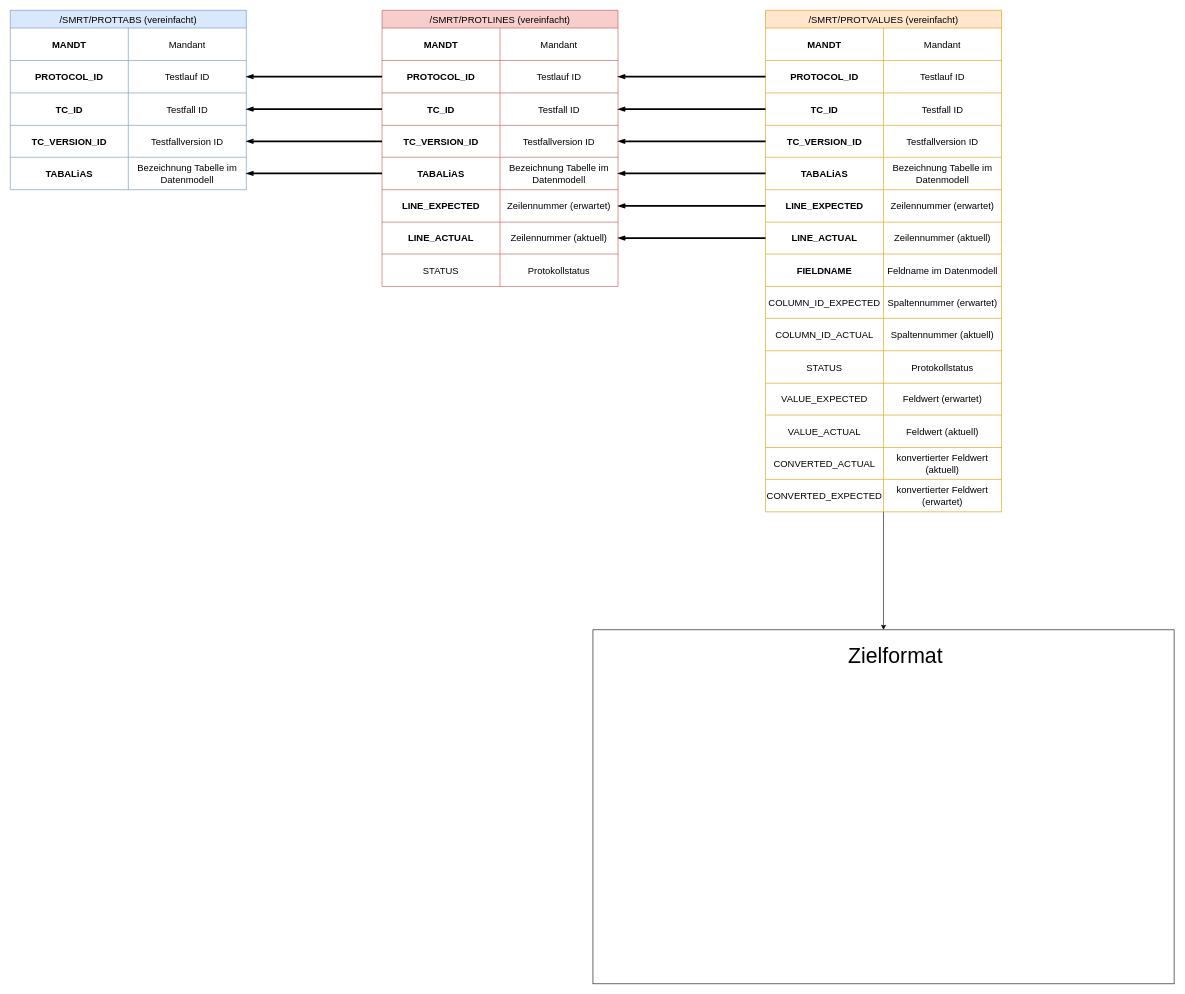
This is Strukturierte Ansicht DatenModell.drawio from Raaphaaa/UI5-Playground, a draw.io file, before an edit. Source tidied: cells renumbered, new cells numbered last; positions are measured from the earlier drawing's top-left corner, leaving out a move shared by most shapes. Both pictures are drawn from the tidied source at 59%, with x=0, y=0 at pixel (10, 10).
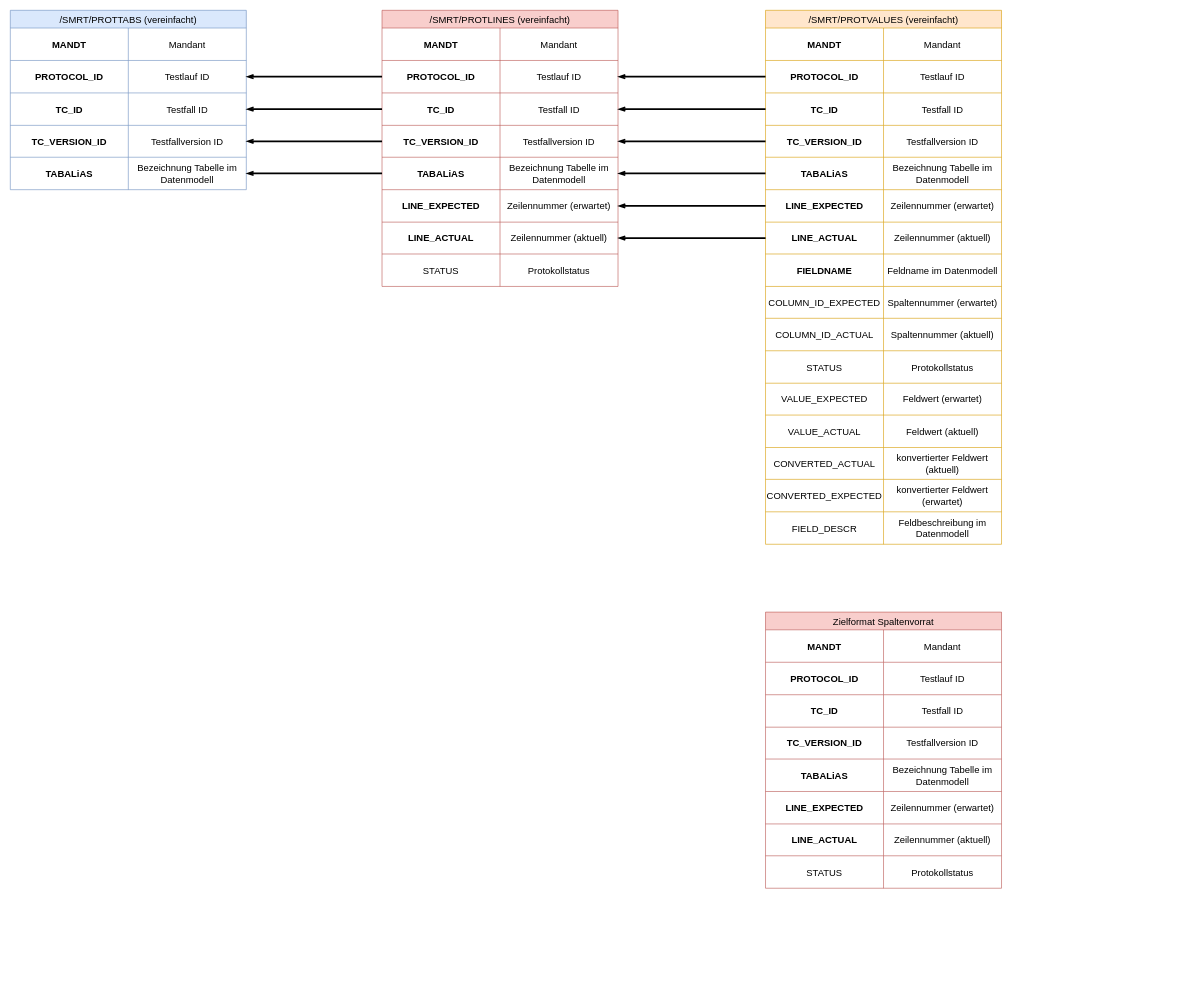
The same page after the edit.

What changed in the source:
```diff
@@
-    <mxCell id="2" style="edgeStyle=orthogonalEdgeStyle;rounded=0;jettySize=auto;html=1;" parent="1" edge="1" source="3" target="101">
-      <mxGeometry relative="1" as="geometry" />
-    </mxCell>
     <mxCell id="3" value="/SMRT/PROTVALUES (vereinfacht)" style="shape=table;startSize=30;childLayout=tableLayout;strokeColor=#d79b00;fontSize=16;fillColor=#ffe6cc;" parent="1" vertex="1">
-      <mxGeometry x="1280" width="400" height="850" as="geometry" />
+      <mxGeometry x="1280" width="400" height="905" as="geometry" />
     </mxCell>
@@
+    <mxCell id="103" style="shape=tableRow;horizontal=0;startSize=0;swimlaneHead=0;swimlaneBody=0;strokeColor=inherit;top=0;left=0;bottom=0;right=0;fillColor=none;fontSize=16;" parent="3" vertex="1">
+      <mxGeometry y="850" width="400" height="55" as="geometry" />
+    </mxCell>
+    <mxCell id="104" value="FIELD_DESCR" style="shape=partialRectangle;html=1;whiteSpace=wrap;strokeColor=inherit;overflow=hidden;fillColor=none;top=0;left=0;bottom=0;right=0;fontSize=16;" parent="103" vertex="1">
+      <mxGeometry width="200" height="55" as="geometry" />
+    </mxCell>
+    <mxCell id="105" value="Feldbeschreibung im Datenmodell" style="shape=partialRectangle;html=1;whiteSpace=wrap;strokeColor=inherit;overflow=hidden;fillColor=none;top=0;left=0;bottom=0;right=0;fontSize=16;" parent="103" vertex="1">
+      <mxGeometry x="200" width="200" height="55" as="geometry" />
+    </mxCell>
@@
-    <mxCell id="100" style="group;" parent="1" vertex="1">
-      <mxGeometry x="987.5" y="1050" width="985" height="600" as="geometry" />
-    </mxCell>
-    <mxCell id="101" style="rounded=0;whiteSpace=wrap;html=1;" parent="100" vertex="1">
-      <mxGeometry width="985" height="600" as="geometry" />
-    </mxCell>
-    <mxCell id="102" value="Zielformat" style="text;html=1;whiteSpace=wrap;strokeColor=none;fillColor=none;align=center;verticalAlign=middle;rounded=0;fontSize=36;" parent="100" vertex="1">
-      <mxGeometry x="383.6" width="259.2" height="85.7" as="geometry" />
-    </mxCell>
+    <mxCell id="106" value="Zielformat Spaltenvorrat" style="shape=table;startSize=30;childLayout=tableLayout;strokeColor=#b85450;fontSize=16;fillColor=#f8cecc;" parent="1" vertex="1">
+      <mxGeometry x="1280" y="1020" width="400" height="468" as="geometry" />
+    </mxCell>
+    <mxCell id="107" style="shape=tableRow;horizontal=0;startSize=0;swimlaneHead=0;swimlaneBody=0;strokeColor=inherit;top=0;left=0;bottom=0;right=0;fillColor=none;fontSize=16;" parent="106" vertex="1">
+      <mxGeometry y="30" width="400" height="55" as="geometry" />
+    </mxCell>
+    <mxCell id="108" value="MANDT" style="shape=partialRectangle;html=1;whiteSpace=wrap;strokeColor=inherit;overflow=hidden;fillColor=none;top=0;left=0;bottom=0;right=0;fontSize=16;fontStyle=1;" parent="107" vertex="1">
+      <mxGeometry width="200" height="55" as="geometry" />
+    </mxCell>
+    <mxCell id="109" value="Mandant" style="shape=partialRectangle;html=1;whiteSpace=wrap;strokeColor=inherit;overflow=hidden;fillColor=none;top=0;left=0;bottom=0;right=0;fontSize=16;" parent="107" vertex="1">
+      <mxGeometry x="200" width="200" height="55" as="geometry" />
+    </mxCell>
+    <mxCell id="110" style="shape=tableRow;horizontal=0;startSize=0;swimlaneHead=0;swimlaneBody=0;strokeColor=inherit;top=0;left=0;bottom=0;right=0;fillColor=none;fontSize=16;" parent="106" vertex="1">
+      <mxGeometry y="85" width="400" height="55" as="geometry" />
+    </mxCell>
+    <mxCell id="111" value="PROTOCOL_ID" style="shape=partialRectangle;html=1;whiteSpace=wrap;strokeColor=inherit;overflow=hidden;fillColor=none;top=0;left=0;bottom=0;right=0;fontSize=16;fontStyle=1;" parent="110" vertex="1">
+      <mxGeometry width="200" height="55" as="geometry" />
+    </mxCell>
+    <mxCell id="112" value="Testlauf ID" style="shape=partialRectangle;html=1;whiteSpace=wrap;strokeColor=inherit;overflow=hidden;fillColor=none;top=0;left=0;bottom=0;right=0;fontSize=16;" parent="110" vertex="1">
+      <mxGeometry x="200" width="200" height="55" as="geometry" />
+    </mxCell>
+    <mxCell id="113" style="shape=tableRow;horizontal=0;startSize=0;swimlaneHead=0;swimlaneBody=0;strokeColor=inherit;top=0;left=0;bottom=0;right=0;fillColor=none;fontSize=16;" parent="106" vertex="1">
+      <mxGeometry y="140" width="400" height="55" as="geometry" />
+    </mxCell>
+    <mxCell id="114" value="TC_ID" style="shape=partialRectangle;html=1;whiteSpace=wrap;strokeColor=inherit;overflow=hidden;fillColor=none;top=0;left=0;bottom=0;right=0;fontSize=16;fontStyle=1;" parent="113" vertex="1">
+      <mxGeometry width="200" height="55" as="geometry" />
+    </mxCell>
+    <mxCell id="115" value="Testfall ID" style="shape=partialRectangle;html=1;whiteSpace=wrap;strokeColor=inherit;overflow=hidden;fillColor=none;top=0;left=0;bottom=0;right=0;fontSize=16;" parent="113" vertex="1">
+      <mxGeometry x="200" width="200" height="55" as="geometry" />
+    </mxCell>
+    <mxCell id="116" style="shape=tableRow;horizontal=0;startSize=0;swimlaneHead=0;swimlaneBody=0;strokeColor=inherit;top=0;left=0;bottom=0;right=0;fillColor=none;fontSize=16;" parent="106" vertex="1">
+      <mxGeometry y="195" width="400" height="54" as="geometry" />
+    </mxCell>
+    <mxCell id="117" value="TC_VERSION_ID" style="shape=partialRectangle;html=1;whiteSpace=wrap;strokeColor=inherit;overflow=hidden;fillColor=none;top=0;left=0;bottom=0;right=0;fontSize=16;fontStyle=1;" parent="116" vertex="1">
+      <mxGeometry width="200" height="54" as="geometry" />
+    </mxCell>
+    <mxCell id="118" value="Testfallversion ID" style="shape=partialRectangle;html=1;whiteSpace=wrap;strokeColor=inherit;overflow=hidden;fillColor=none;top=0;left=0;bottom=0;right=0;fontSize=16;" parent="116" vertex="1">
+      <mxGeometry x="200" width="200" height="54" as="geometry" />
+    </mxCell>
+    <mxCell id="119" style="shape=tableRow;horizontal=0;startSize=0;swimlaneHead=0;swimlaneBody=0;strokeColor=inherit;top=0;left=0;bottom=0;right=0;fillColor=none;fontSize=16;" parent="106" vertex="1">
+      <mxGeometry y="249" width="400" height="55" as="geometry" />
+    </mxCell>
+    <mxCell id="120" value="TABALiAS" style="shape=partialRectangle;html=1;whiteSpace=wrap;strokeColor=inherit;overflow=hidden;fillColor=none;top=0;left=0;bottom=0;right=0;fontSize=16;fontStyle=1;" parent="119" vertex="1">
+      <mxGeometry width="200" height="55" as="geometry" />
+    </mxCell>
+    <mxCell id="121" value="Bezeichnung Tabelle im Datenmodell" style="shape=partialRectangle;html=1;whiteSpace=wrap;strokeColor=inherit;overflow=hidden;fillColor=none;top=0;left=0;bottom=0;right=0;fontSize=16;" parent="119" vertex="1">
+      <mxGeometry x="200" width="200" height="55" as="geometry" />
+    </mxCell>
+    <mxCell id="122" style="shape=tableRow;horizontal=0;startSize=0;swimlaneHead=0;swimlaneBody=0;strokeColor=inherit;top=0;left=0;bottom=0;right=0;fillColor=none;fontSize=16;" parent="106" vertex="1">
+      <mxGeometry y="304" width="400" height="55" as="geometry" />
+    </mxCell>
+    <mxCell id="123" value="LINE_EXPECTED" style="shape=partialRectangle;html=1;whiteSpace=wrap;strokeColor=inherit;overflow=hidden;fillColor=none;top=0;left=0;bottom=0;right=0;fontSize=16;fontStyle=1;" parent="122" vertex="1">
+      <mxGeometry width="200" height="55" as="geometry" />
+    </mxCell>
+    <mxCell id="124" value="Zeilennummer (erwartet)" style="shape=partialRectangle;html=1;whiteSpace=wrap;strokeColor=inherit;overflow=hidden;fillColor=none;top=0;left=0;bottom=0;right=0;fontSize=16;" parent="122" vertex="1">
+      <mxGeometry x="200" width="200" height="55" as="geometry" />
+    </mxCell>
+    <mxCell id="125" style="shape=tableRow;horizontal=0;startSize=0;swimlaneHead=0;swimlaneBody=0;strokeColor=inherit;top=0;left=0;bottom=0;right=0;fillColor=none;fontSize=16;" parent="106" vertex="1">
+      <mxGeometry y="359" width="400" height="54" as="geometry" />
+    </mxCell>
+    <mxCell id="126" value="LINE_ACTUAL" style="shape=partialRectangle;html=1;whiteSpace=wrap;strokeColor=inherit;overflow=hidden;fillColor=none;top=0;left=0;bottom=0;right=0;fontSize=16;fontStyle=1;" parent="125" vertex="1">
+      <mxGeometry width="200" height="54" as="geometry" />
+    </mxCell>
+    <mxCell id="127" value="Zeilennummer (aktuell)" style="shape=partialRectangle;html=1;whiteSpace=wrap;strokeColor=inherit;overflow=hidden;fillColor=none;top=0;left=0;bottom=0;right=0;fontSize=16;" parent="125" vertex="1">
+      <mxGeometry x="200" width="200" height="54" as="geometry" />
+    </mxCell>
+    <mxCell id="128" style="shape=tableRow;horizontal=0;startSize=0;swimlaneHead=0;swimlaneBody=0;strokeColor=inherit;top=0;left=0;bottom=0;right=0;fillColor=none;fontSize=16;" parent="106" vertex="1">
+      <mxGeometry y="413" width="400" height="55" as="geometry" />
+    </mxCell>
+    <mxCell id="129" value="STATUS" style="shape=partialRectangle;html=1;whiteSpace=wrap;strokeColor=inherit;overflow=hidden;fillColor=none;top=0;left=0;bottom=0;right=0;fontSize=16;" parent="128" vertex="1">
+      <mxGeometry width="200" height="55" as="geometry" />
+    </mxCell>
+    <mxCell id="130" value="Protokollstatus" style="shape=partialRectangle;html=1;whiteSpace=wrap;strokeColor=inherit;overflow=hidden;fillColor=none;top=0;left=0;bottom=0;right=0;fontSize=16;" parent="128" vertex="1">
+      <mxGeometry x="200" width="200" height="55" as="geometry" />
+    </mxCell>
```
